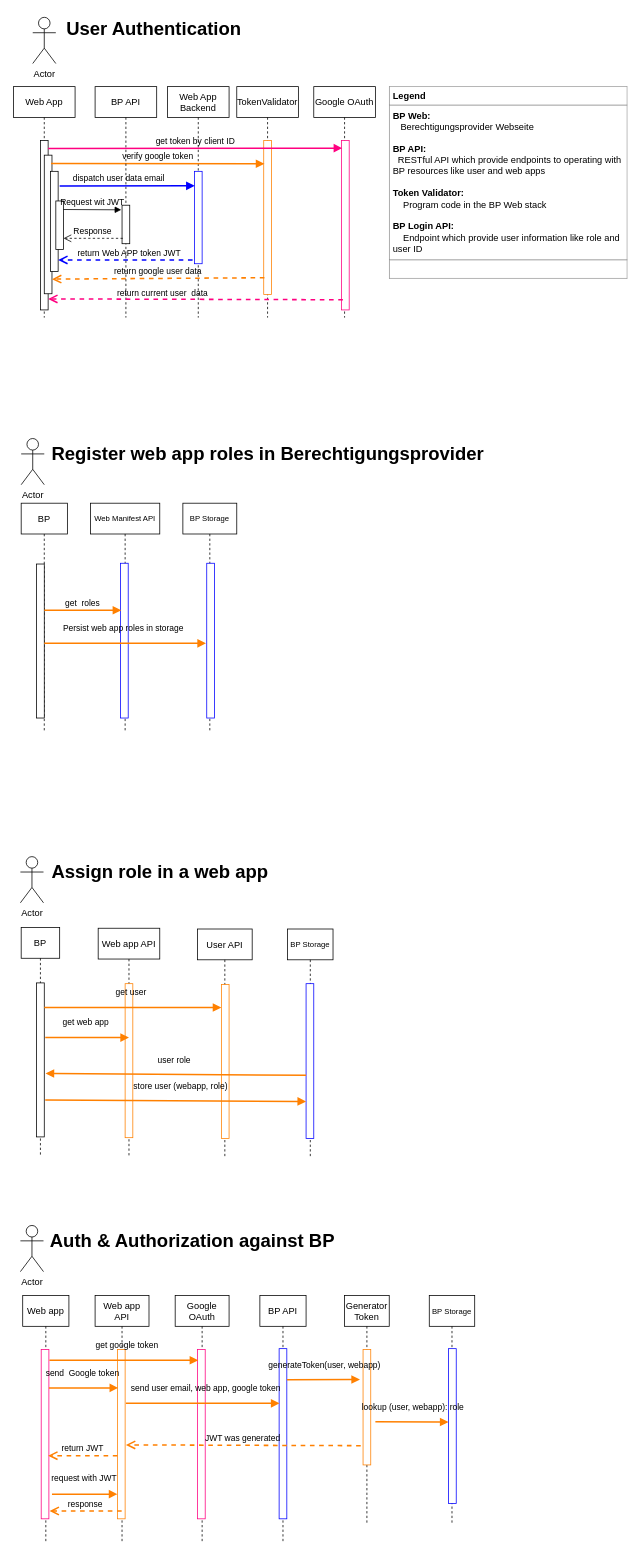
Above: waglpz/Untitled Diagram.drawio in olekhy/diag.io (draw.io), before the change. Source tidied: cells renumbered, new cells numbered last; positions are measured from the earlier drawing's top-left corner, leaving out a move shared by most shapes. Both pictures are drawn from the tidied source at 77%, with x=0, y=0 at pixel (13, 13).
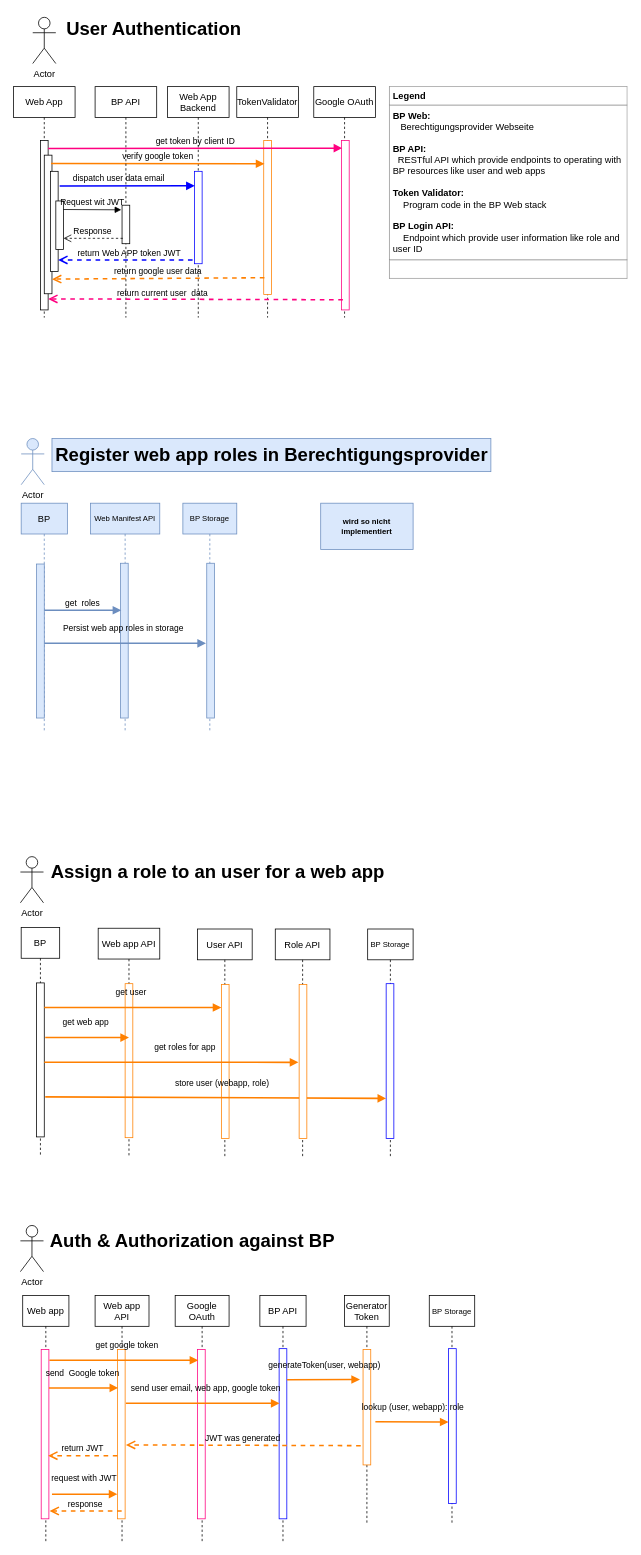
After the change.

The change refers to these unchanged cells:
```xml
<mxCell id="37" style="points=[];perimeter=orthogonalPerimeter;rounded=0;shadow=0;strokeWidth=1;labelBackgroundColor=none;" parent="36" vertex="1">
  <mxGeometry x="20" y="72" width="10" height="200" as="geometry" />
</mxCell>
<mxCell id="46" style="points=[];perimeter=orthogonalPerimeter;rounded=0;shadow=0;strokeWidth=1;labelBackgroundColor=none;strokeColor=#0000FF;" parent="45" vertex="1">
  <mxGeometry x="24" y="71" width="10" height="201" as="geometry" />
</mxCell>
```

Change to the diagram source:
```diff
@@
-    <mxCell id="26" value="BP" style="shape=umlLifeline;perimeter=lifelinePerimeter;rounded=0;shadow=0;strokeWidth=1;labelBackgroundColor=none;" parent="1" vertex="1">
+    <mxCell id="26" value="BP" style="shape=umlLifeline;perimeter=lifelinePerimeter;rounded=0;shadow=0;strokeWidth=1;labelBackgroundColor=none;fillColor=#dae8fc;strokeColor=#6c8ebf;" parent="1" vertex="1">
       <mxGeometry x="10" y="636" width="60" height="296" as="geometry" />
     </mxCell>
-    <mxCell id="27" style="points=[];perimeter=orthogonalPerimeter;rounded=0;shadow=0;strokeWidth=1;labelBackgroundColor=none;" parent="26" vertex="1">
+    <mxCell id="27" style="points=[];perimeter=orthogonalPerimeter;rounded=0;shadow=0;strokeWidth=1;labelBackgroundColor=none;fillColor=#dae8fc;strokeColor=#6c8ebf;" parent="26" vertex="1">
       <mxGeometry x="20" y="79" width="10" height="200" as="geometry" />
     </mxCell>
-    <mxCell id="28" value="Actor" style="shape=umlActor;verticalLabelPosition=bottom;verticalAlign=top;html=1;labelBackgroundColor=none;rounded=0;" parent="1" vertex="1">
+    <mxCell id="28" value="Actor" style="shape=umlActor;verticalLabelPosition=bottom;verticalAlign=top;html=1;labelBackgroundColor=none;rounded=0;fillColor=#dae8fc;strokeColor=#6c8ebf;" parent="1" vertex="1">
       <mxGeometry x="10" y="552" width="30" height="60" as="geometry" />
     </mxCell>
-    <mxCell id="29" value="Register web app roles in Berechtigungsprovider" style="text;strokeColor=none;fillColor=none;html=1;fontSize=24;fontStyle=1;verticalAlign=middle;align=center;" parent="1" vertex="1">
-      <mxGeometry x="305" y="552" width="50" height="40" as="geometry" />
+    <mxCell id="29" value="Register web app roles in Berechtigungsprovider" style="text;strokeColor=#6c8ebf;fillColor=#dae8fc;html=1;fontSize=24;fontStyle=1;verticalAlign=middle;align=center;" parent="1" vertex="1">
+      <mxGeometry x="50" y="552" width="570" height="43" as="geometry" />
     </mxCell>
-    <mxCell id="30" value="Web Manifest API" style="shape=umlLifeline;perimeter=lifelinePerimeter;rounded=0;shadow=0;strokeWidth=1;labelBackgroundColor=none;fontSize=10;spacing=1;verticalAlign=middle;" parent="1" vertex="1">
+    <mxCell id="30" value="Web Manifest API" style="shape=umlLifeline;perimeter=lifelinePerimeter;rounded=0;shadow=0;strokeWidth=1;labelBackgroundColor=none;fontSize=10;spacing=1;verticalAlign=middle;fillColor=#dae8fc;strokeColor=#6c8ebf;" parent="1" vertex="1">
       <mxGeometry x="100" y="636" width="90" height="297" as="geometry" />
     </mxCell>
-    <mxCell id="31" style="perimeter=orthogonalPerimeter;rounded=0;shadow=0;strokeWidth=1;labelBackgroundColor=none;strokeColor=#0000FF;" parent="30" vertex="1">
+    <mxCell id="31" style="perimeter=orthogonalPerimeter;rounded=0;shadow=0;strokeWidth=1;labelBackgroundColor=none;strokeColor=#6c8ebf;fillColor=#dae8fc;" parent="30" vertex="1">
       <mxGeometry x="39" y="78" width="10" height="201" as="geometry" />
     </mxCell>
-    <mxCell id="32" value="get  roles" style="verticalAlign=bottom;endArrow=block;shadow=0;strokeWidth=2;labelBackgroundColor=none;fontColor=default;rounded=0;strokeColor=#FF8000;" parent="1" edge="1">
+    <mxCell id="32" value="get  roles" style="verticalAlign=bottom;endArrow=block;shadow=0;strokeWidth=2;labelBackgroundColor=none;fontColor=default;rounded=0;strokeColor=#6c8ebf;fillColor=#dae8fc;" parent="1" edge="1">
       <mxGeometry relative="1" as="geometry">
         <mxPoint x="40" y="775" as="sourcePoint" />
         <mxPoint x="140" y="775" as="targetPoint" />
       </mxGeometry>
     </mxCell>
-    <mxCell id="33" value="BP Storage" style="shape=umlLifeline;perimeter=lifelinePerimeter;rounded=0;shadow=0;strokeWidth=1;labelBackgroundColor=none;fontSize=10;spacing=1;verticalAlign=middle;" parent="1" vertex="1">
+    <mxCell id="33" value="BP Storage" style="shape=umlLifeline;perimeter=lifelinePerimeter;rounded=0;shadow=0;strokeWidth=1;labelBackgroundColor=none;fontSize=10;spacing=1;verticalAlign=middle;fillColor=#dae8fc;strokeColor=#6c8ebf;" parent="1" vertex="1">
       <mxGeometry x="220" y="636" width="70" height="296" as="geometry" />
     </mxCell>
-    <mxCell id="34" style="perimeter=orthogonalPerimeter;rounded=0;shadow=0;strokeWidth=1;labelBackgroundColor=none;strokeColor=#0000FF;" parent="33" vertex="1">
+    <mxCell id="34" style="perimeter=orthogonalPerimeter;rounded=0;shadow=0;strokeWidth=1;labelBackgroundColor=none;strokeColor=#6c8ebf;fillColor=#dae8fc;" parent="33" vertex="1">
       <mxGeometry x="31" y="78" width="10" height="201" as="geometry" />
     </mxCell>
-    <mxCell id="35" value="Persist web app roles in storage" style="verticalAlign=bottom;endArrow=block;shadow=0;strokeWidth=2;labelBackgroundColor=none;fontColor=default;rounded=0;strokeColor=#FF8000;exitX=1;exitY=0.514;exitDx=0;exitDy=0;exitPerimeter=0;" parent="1" edge="1" source="27">
+    <mxCell id="35" value="Persist web app roles in storage" style="verticalAlign=bottom;endArrow=block;shadow=0;strokeWidth=2;labelBackgroundColor=none;fontColor=default;rounded=0;strokeColor=#6c8ebf;exitX=1;exitY=0.514;exitDx=0;exitDy=0;exitPerimeter=0;fillColor=#dae8fc;" parent="1" edge="1" source="27">
       <mxGeometry x="-0.02" y="11" relative="1" as="geometry">
         <mxPoint x="250" y="818" as="targetPoint" />
       </mxGeometry>
     </mxCell>
@@
     <mxCell id="45" value="BP Storage" style="shape=umlLifeline;perimeter=lifelinePerimeter;rounded=0;shadow=0;strokeWidth=1;labelBackgroundColor=none;fontSize=10;spacing=1;verticalAlign=middle;" parent="1" vertex="1">
-      <mxGeometry x="356" y="1189" width="59" height="296" as="geometry" />
+      <mxGeometry x="460" y="1189" width="59" height="296" as="geometry" />
     </mxCell>
@@
-    <mxCell id="47" value="user role" style="verticalAlign=bottom;endArrow=block;shadow=0;strokeWidth=2;labelBackgroundColor=none;fontColor=default;rounded=0;strokeColor=#FF8000;exitX=1.167;exitY=0.588;exitDx=0;exitDy=0;exitPerimeter=0;entryX=1.167;entryY=0.588;entryDx=0;entryDy=0;entryPerimeter=0;" parent="1" edge="1" target="37">
-      <mxGeometry x="0.01" y="-9" relative="1" as="geometry">
-        <mxPoint x="380" y="1379" as="sourcePoint" />
-      </mxGeometry>
-    </mxCell>
-    <mxCell id="48" value="store user (webapp, role)" style="verticalAlign=bottom;endArrow=block;shadow=0;strokeWidth=2;labelBackgroundColor=none;fontColor=default;rounded=0;strokeColor=#FF8000;exitX=1.129;exitY=0.76;exitDx=0;exitDy=0;exitPerimeter=0;entryX=0;entryY=0.761;entryDx=0;entryDy=0;entryPerimeter=0;" parent="1" edge="1" source="37" target="46">
-      <mxGeometry x="0.04" y="10" relative="1" as="geometry" />
+    <mxCell id="48" value="store user (webapp, role)" style="verticalAlign=bottom;endArrow=block;shadow=0;strokeWidth=2;labelBackgroundColor=none;fontColor=default;rounded=0;strokeColor=#FF8000;exitX=1.129;exitY=0.76;exitDx=0;exitDy=0;exitPerimeter=0;entryX=0;entryY=0.761;entryDx=0;entryDy=0;entryPerimeter=0;" parent="1" edge="1">
+      <mxGeometry x="0.04" y="10" relative="1" as="geometry">
+        <mxPoint x="41.3" y="1407" as="sourcePoint" />
+        <mxPoint x="484" y="1409" as="targetPoint" />
+      </mxGeometry>
     </mxCell>
-    <mxCell id="49" value="Assign role in a web app" style="text;strokeColor=none;fillColor=none;html=1;fontSize=24;fontStyle=1;verticalAlign=middle;align=center;" parent="1" vertex="1">
-      <mxGeometry x="40" y="1095" width="300" height="40" as="geometry" />
+    <mxCell id="49" value="Assign a role to an user for a web app" style="text;strokeColor=none;fillColor=none;html=1;fontSize=24;fontStyle=1;verticalAlign=middle;align=center;" parent="1" vertex="1">
+      <mxGeometry x="115" y="1095" width="300" height="40" as="geometry" />
     </mxCell>
@@
+    <mxCell id="73" value="&lt;b&gt;wird so nicht implementiert&lt;/b&gt;" style="rounded=0;whiteSpace=wrap;html=1;fontSize=10;fillColor=#dae8fc;strokeColor=#6c8ebf;" parent="1" vertex="1">
+      <mxGeometry x="399" y="636" width="120" height="60" as="geometry" />
+    </mxCell>
+    <mxCell id="74" value="Role API" style="shape=umlLifeline;perimeter=lifelinePerimeter;rounded=0;shadow=0;strokeWidth=1;labelBackgroundColor=none;" parent="1" vertex="1">
+      <mxGeometry x="340" y="1189" width="71" height="295" as="geometry" />
+    </mxCell>
+    <mxCell id="75" style="perimeter=orthogonalPerimeter;rounded=0;shadow=0;strokeWidth=1;labelBackgroundColor=none;strokeColor=#FF8000;" parent="74" vertex="1">
+      <mxGeometry x="31" y="72" width="10" height="200" as="geometry" />
+    </mxCell>
+    <mxCell id="76" value="get roles for app" style="verticalAlign=bottom;endArrow=block;shadow=0;strokeWidth=2;labelBackgroundColor=none;fontColor=default;rounded=0;strokeColor=#FF8000;entryX=-0.1;entryY=0.421;entryDx=0;entryDy=0;entryPerimeter=0;" parent="1" edge="1">
+      <mxGeometry x="0.11" y="10" relative="1" as="geometry">
+        <mxPoint x="40" y="1362" as="sourcePoint" />
+        <mxPoint x="370" y="1362.2" as="targetPoint" />
+      </mxGeometry>
+    </mxCell>
```
